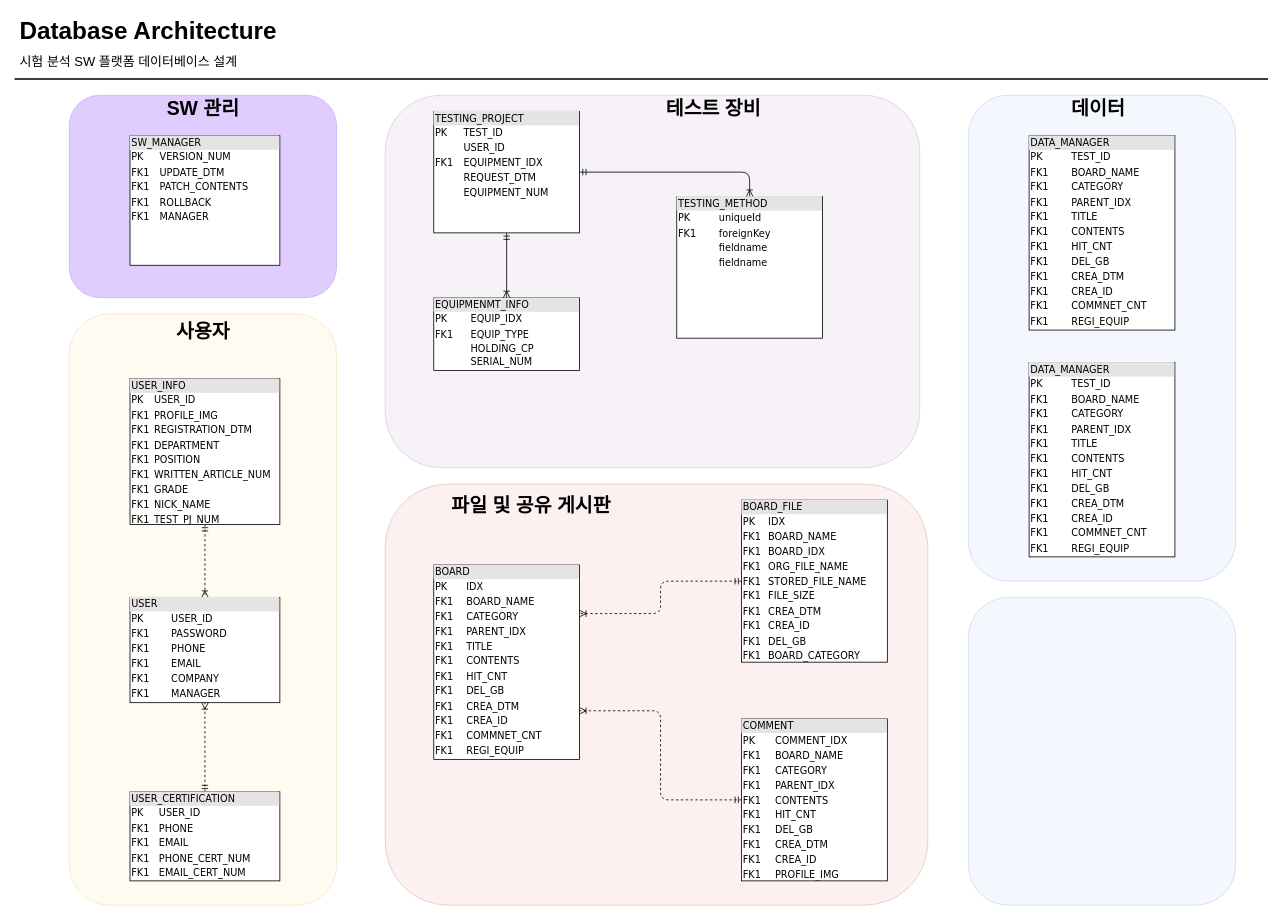
penzance-jshan/test keeps this draw.io diagram as DB_architecture.drawio. Above is the earlier version. Source tidied: cells renumbered, new cells numbered last; positions are measured from the earlier drawing's top-left corner, leaving out a move shared by most shapes. Both pictures are drawn from the tidied source at 81%, with x=0, y=0 at pixel (14, 14).
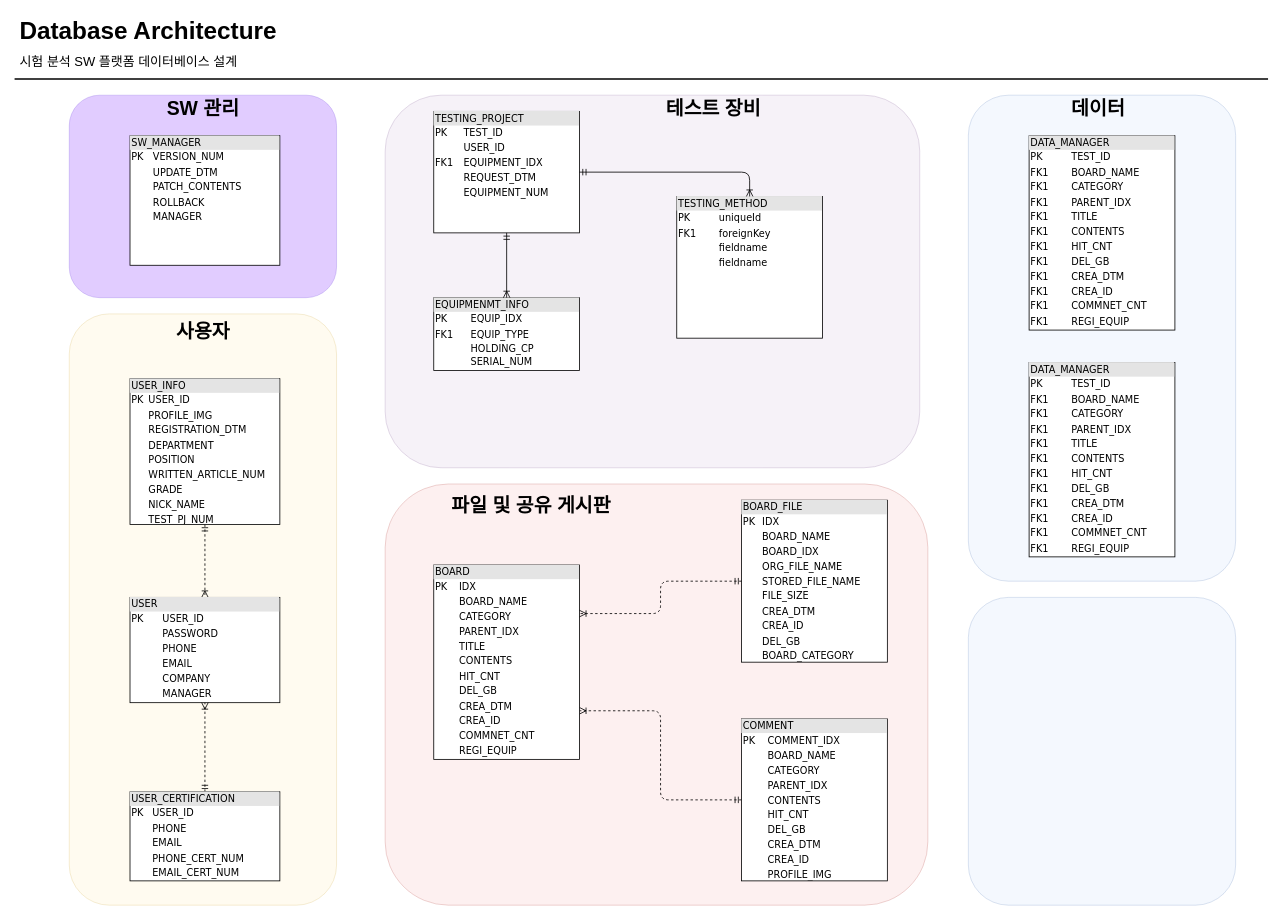
The same diagram, later.

The edit, as a diff of the source:
```diff
@@
-    <mxCell id="7" value="&lt;div style=&quot;box-sizing: border-box ; width: 100% ; background: #e4e4e4 ; padding: 2px&quot;&gt;USER&lt;/div&gt;&lt;table style=&quot;width: 100% ; font-size: 1em&quot; cellpadding=&quot;2&quot; cellspacing=&quot;0&quot;&gt;&lt;tbody&gt;&lt;tr&gt;&lt;td&gt;PK&lt;/td&gt;&lt;td&gt;USER_ID&lt;/td&gt;&lt;/tr&gt;&lt;tr&gt;&lt;td&gt;FK1&lt;/td&gt;&lt;td&gt;PASSWORD&lt;/td&gt;&lt;/tr&gt;&lt;tr&gt;&lt;td&gt;FK1&lt;/td&gt;&lt;td&gt;PHONE&lt;/td&gt;&lt;/tr&gt;&lt;tr&gt;&lt;td&gt;FK1&lt;br&gt;&lt;/td&gt;&lt;td&gt;EMAIL&lt;/td&gt;&lt;/tr&gt;&lt;tr&gt;&lt;td&gt;FK1&lt;br&gt;&lt;/td&gt;&lt;td&gt;COMPANY&lt;br&gt;&lt;/td&gt;&lt;/tr&gt;&lt;tr&gt;&lt;td&gt;FK1&lt;br&gt;&lt;/td&gt;&lt;td&gt;MANAGER&lt;/td&gt;&lt;/tr&gt;&lt;/tbody&gt;&lt;/table&gt;" style="verticalAlign=top;align=left;overflow=fill;html=1;rounded=0;shadow=0;comic=0;labelBackgroundColor=none;strokeWidth=1;fontFamily=Verdana;fontSize=12;" parent="1" vertex="1">
+    <mxCell id="7" value="&lt;div style=&quot;box-sizing: border-box ; width: 100% ; background: #e4e4e4 ; padding: 2px&quot;&gt;USER&lt;/div&gt;&lt;table style=&quot;width: 100% ; font-size: 1em&quot; cellpadding=&quot;2&quot; cellspacing=&quot;0&quot;&gt;&lt;tbody&gt;&lt;tr&gt;&lt;td&gt;PK&lt;/td&gt;&lt;td&gt;USER_ID&lt;/td&gt;&lt;/tr&gt;&lt;tr&gt;&lt;td&gt;&lt;br&gt;&lt;/td&gt;&lt;td&gt;PASSWORD&lt;/td&gt;&lt;/tr&gt;&lt;tr&gt;&lt;td&gt;&lt;br&gt;&lt;/td&gt;&lt;td&gt;PHONE&lt;/td&gt;&lt;/tr&gt;&lt;tr&gt;&lt;td&gt;&lt;br&gt;&lt;/td&gt;&lt;td&gt;EMAIL&lt;/td&gt;&lt;/tr&gt;&lt;tr&gt;&lt;td&gt;&lt;br&gt;&lt;/td&gt;&lt;td&gt;COMPANY&lt;br&gt;&lt;/td&gt;&lt;/tr&gt;&lt;tr&gt;&lt;td&gt;&lt;br&gt;&lt;/td&gt;&lt;td&gt;MANAGER&lt;/td&gt;&lt;/tr&gt;&lt;/tbody&gt;&lt;/table&gt;" style="verticalAlign=top;align=left;overflow=fill;html=1;rounded=0;shadow=0;comic=0;labelBackgroundColor=none;strokeWidth=1;fontFamily=Verdana;fontSize=12;" parent="1" vertex="1">
       <mxGeometry x="143" y="720" width="185" height="130" as="geometry" />
     </mxCell>
@@
-    <mxCell id="13" value="&lt;div style=&quot;box-sizing: border-box ; width: 100% ; background: #e4e4e4 ; padding: 2px&quot;&gt;BOARD&lt;/div&gt;&lt;table style=&quot;width: 100% ; font-size: 1em&quot; cellpadding=&quot;2&quot; cellspacing=&quot;0&quot;&gt;&lt;tbody&gt;&lt;tr&gt;&lt;td&gt;PK&lt;/td&gt;&lt;td&gt;IDX&lt;/td&gt;&lt;/tr&gt;&lt;tr&gt;&lt;td&gt;FK1&lt;/td&gt;&lt;td&gt;BOARD_NAME&lt;/td&gt;&lt;/tr&gt;&lt;tr&gt;&lt;td&gt;FK1&lt;/td&gt;&lt;td&gt;CATEGORY&lt;/td&gt;&lt;/tr&gt;&lt;tr&gt;&lt;td&gt;FK1&lt;br&gt;&lt;/td&gt;&lt;td&gt;PARENT_IDX&lt;br&gt;&lt;/td&gt;&lt;/tr&gt;&lt;tr&gt;&lt;td&gt;FK1&lt;br&gt;&lt;/td&gt;&lt;td&gt;TITLE&lt;br&gt;&lt;/td&gt;&lt;/tr&gt;&lt;tr&gt;&lt;td&gt;FK1&lt;br&gt;&lt;/td&gt;&lt;td&gt;CONTENTS&lt;br&gt;&lt;/td&gt;&lt;/tr&gt;&lt;tr&gt;&lt;td&gt;FK1&lt;br&gt;&lt;/td&gt;&lt;td&gt;HIT_CNT&lt;br&gt;&lt;/td&gt;&lt;/tr&gt;&lt;tr&gt;&lt;td&gt;FK1&lt;br&gt;&lt;/td&gt;&lt;td&gt;DEL_GB&lt;/td&gt;&lt;/tr&gt;&lt;tr&gt;&lt;td&gt;FK1&lt;br&gt;&lt;/td&gt;&lt;td&gt;CREA_DTM&lt;br&gt;&lt;/td&gt;&lt;/tr&gt;&lt;tr&gt;&lt;td&gt;FK1&lt;br&gt;&lt;/td&gt;&lt;td&gt;CREA_ID&lt;br&gt;&lt;/td&gt;&lt;/tr&gt;&lt;tr&gt;&lt;td&gt;FK1&lt;br&gt;&lt;/td&gt;&lt;td&gt;COMMNET_CNT&lt;br&gt;&lt;/td&gt;&lt;/tr&gt;&lt;tr&gt;&lt;td&gt;FK1&lt;br&gt;&lt;/td&gt;&lt;td&gt;REGI_EQUIP&lt;br&gt;&lt;/td&gt;&lt;/tr&gt;&lt;/tbody&gt;&lt;/table&gt;" style="verticalAlign=top;align=left;overflow=fill;html=1;rounded=0;shadow=0;comic=0;labelBackgroundColor=none;strokeWidth=1;fontFamily=Verdana;fontSize=12;" parent="1" vertex="1">
+    <mxCell id="13" value="&lt;div style=&quot;box-sizing: border-box ; width: 100% ; background: #e4e4e4 ; padding: 2px&quot;&gt;BOARD&lt;/div&gt;&lt;table style=&quot;width: 100% ; font-size: 1em&quot; cellpadding=&quot;2&quot; cellspacing=&quot;0&quot;&gt;&lt;tbody&gt;&lt;tr&gt;&lt;td&gt;PK&lt;/td&gt;&lt;td&gt;IDX&lt;/td&gt;&lt;/tr&gt;&lt;tr&gt;&lt;td&gt;&lt;br&gt;&lt;/td&gt;&lt;td&gt;BOARD_NAME&lt;/td&gt;&lt;/tr&gt;&lt;tr&gt;&lt;td&gt;&lt;br&gt;&lt;/td&gt;&lt;td&gt;CATEGORY&lt;/td&gt;&lt;/tr&gt;&lt;tr&gt;&lt;td&gt;&lt;br&gt;&lt;/td&gt;&lt;td&gt;PARENT_IDX&lt;br&gt;&lt;/td&gt;&lt;/tr&gt;&lt;tr&gt;&lt;td&gt;&lt;br&gt;&lt;/td&gt;&lt;td&gt;TITLE&lt;br&gt;&lt;/td&gt;&lt;/tr&gt;&lt;tr&gt;&lt;td&gt;&lt;br&gt;&lt;/td&gt;&lt;td&gt;CONTENTS&lt;br&gt;&lt;/td&gt;&lt;/tr&gt;&lt;tr&gt;&lt;td&gt;&lt;br&gt;&lt;/td&gt;&lt;td&gt;HIT_CNT&lt;br&gt;&lt;/td&gt;&lt;/tr&gt;&lt;tr&gt;&lt;td&gt;&lt;br&gt;&lt;/td&gt;&lt;td&gt;DEL_GB&lt;/td&gt;&lt;/tr&gt;&lt;tr&gt;&lt;td&gt;&lt;br&gt;&lt;/td&gt;&lt;td&gt;CREA_DTM&lt;br&gt;&lt;/td&gt;&lt;/tr&gt;&lt;tr&gt;&lt;td&gt;&lt;br&gt;&lt;/td&gt;&lt;td&gt;CREA_ID&lt;br&gt;&lt;/td&gt;&lt;/tr&gt;&lt;tr&gt;&lt;td&gt;&lt;br&gt;&lt;/td&gt;&lt;td&gt;COMMNET_CNT&lt;br&gt;&lt;/td&gt;&lt;/tr&gt;&lt;tr&gt;&lt;td&gt;&lt;br&gt;&lt;/td&gt;&lt;td&gt;REGI_EQUIP&lt;br&gt;&lt;/td&gt;&lt;/tr&gt;&lt;/tbody&gt;&lt;/table&gt;" style="verticalAlign=top;align=left;overflow=fill;html=1;rounded=0;shadow=0;comic=0;labelBackgroundColor=none;strokeWidth=1;fontFamily=Verdana;fontSize=12;" parent="1" vertex="1">
       <mxGeometry x="518" y="680" width="180" height="240" as="geometry" />
     </mxCell>
@@
-    <mxCell id="18" value="&lt;div style=&quot;box-sizing: border-box ; width: 100% ; background: #e4e4e4 ; padding: 2px&quot;&gt;USER_INFO&lt;br&gt;&lt;/div&gt;&lt;table style=&quot;width: 100% ; font-size: 1em&quot; cellpadding=&quot;2&quot; cellspacing=&quot;0&quot;&gt;&lt;tbody&gt;&lt;tr&gt;&lt;td&gt;PK&lt;/td&gt;&lt;td&gt;USER_ID&lt;/td&gt;&lt;/tr&gt;&lt;tr&gt;&lt;td&gt;FK1&lt;/td&gt;&lt;td&gt;PROFILE_IMG&lt;/td&gt;&lt;/tr&gt;&lt;tr&gt;&lt;td&gt;FK1&lt;/td&gt;&lt;td&gt;REGISTRATION_DTM&lt;/td&gt;&lt;/tr&gt;&lt;tr&gt;&lt;td&gt;FK1&lt;br&gt;&lt;/td&gt;&lt;td&gt;DEPARTMENT&lt;/td&gt;&lt;/tr&gt;&lt;tr&gt;&lt;td&gt;FK1&lt;br&gt;&lt;/td&gt;&lt;td&gt;POSITION&lt;br&gt;&lt;/td&gt;&lt;/tr&gt;&lt;tr&gt;&lt;td&gt;FK1&lt;br&gt;&lt;/td&gt;&lt;td&gt;WRITTEN_ARTICLE_NUM&lt;br&gt;&lt;/td&gt;&lt;/tr&gt;&lt;tr&gt;&lt;td&gt;FK1&lt;br&gt;&lt;/td&gt;&lt;td&gt;GRADE&lt;br&gt;&lt;/td&gt;&lt;/tr&gt;&lt;tr&gt;&lt;td&gt;FK1&lt;br&gt;&lt;/td&gt;&lt;td&gt;NICK_NAME&lt;/td&gt;&lt;/tr&gt;&lt;tr&gt;&lt;td&gt;FK1&lt;br&gt;&lt;/td&gt;&lt;td&gt;TEST_PJ_NUM&lt;/td&gt;&lt;/tr&gt;&lt;/tbody&gt;&lt;/table&gt;" style="verticalAlign=top;align=left;overflow=fill;html=1;rounded=0;shadow=0;comic=0;labelBackgroundColor=none;strokeWidth=1;fontFamily=Verdana;fontSize=12;" parent="1" vertex="1">
+    <mxCell id="18" value="&lt;div style=&quot;box-sizing: border-box ; width: 100% ; background: #e4e4e4 ; padding: 2px&quot;&gt;USER_INFO&lt;br&gt;&lt;/div&gt;&lt;table style=&quot;width: 100% ; font-size: 1em&quot; cellpadding=&quot;2&quot; cellspacing=&quot;0&quot;&gt;&lt;tbody&gt;&lt;tr&gt;&lt;td&gt;PK&lt;/td&gt;&lt;td&gt;USER_ID&lt;/td&gt;&lt;/tr&gt;&lt;tr&gt;&lt;td&gt;&lt;br&gt;&lt;/td&gt;&lt;td&gt;PROFILE_IMG&lt;/td&gt;&lt;/tr&gt;&lt;tr&gt;&lt;td&gt;&lt;br&gt;&lt;/td&gt;&lt;td&gt;REGISTRATION_DTM&lt;/td&gt;&lt;/tr&gt;&lt;tr&gt;&lt;td&gt;&lt;br&gt;&lt;/td&gt;&lt;td&gt;DEPARTMENT&lt;/td&gt;&lt;/tr&gt;&lt;tr&gt;&lt;td&gt;&lt;br&gt;&lt;/td&gt;&lt;td&gt;POSITION&lt;br&gt;&lt;/td&gt;&lt;/tr&gt;&lt;tr&gt;&lt;td&gt;&lt;br&gt;&lt;/td&gt;&lt;td&gt;WRITTEN_ARTICLE_NUM&lt;br&gt;&lt;/td&gt;&lt;/tr&gt;&lt;tr&gt;&lt;td&gt;&lt;br&gt;&lt;/td&gt;&lt;td&gt;GRADE&lt;br&gt;&lt;/td&gt;&lt;/tr&gt;&lt;tr&gt;&lt;td&gt;&lt;br&gt;&lt;/td&gt;&lt;td&gt;NICK_NAME&lt;/td&gt;&lt;/tr&gt;&lt;tr&gt;&lt;td&gt;&lt;br&gt;&lt;/td&gt;&lt;td&gt;TEST_PJ_NUM&lt;/td&gt;&lt;/tr&gt;&lt;/tbody&gt;&lt;/table&gt;" style="verticalAlign=top;align=left;overflow=fill;html=1;rounded=0;shadow=0;comic=0;labelBackgroundColor=none;strokeWidth=1;fontFamily=Verdana;fontSize=12;" parent="1" vertex="1">
       <mxGeometry x="143" y="450" width="185" height="180" as="geometry" />
     </mxCell>
-    <mxCell id="19" value="&lt;div style=&quot;box-sizing: border-box ; width: 100% ; background: #e4e4e4 ; padding: 2px&quot;&gt;BOARD_FILE&lt;/div&gt;&lt;table style=&quot;width: 100% ; font-size: 1em&quot; cellpadding=&quot;2&quot; cellspacing=&quot;0&quot;&gt;&lt;tbody&gt;&lt;tr&gt;&lt;td&gt;PK&lt;/td&gt;&lt;td&gt;IDX&lt;/td&gt;&lt;/tr&gt;&lt;tr&gt;&lt;td&gt;FK1&lt;/td&gt;&lt;td&gt;BOARD_NAME&lt;/td&gt;&lt;/tr&gt;&lt;tr&gt;&lt;td&gt;FK1&lt;/td&gt;&lt;td&gt;BOARD_IDX&lt;/td&gt;&lt;/tr&gt;&lt;tr&gt;&lt;td&gt;FK1&lt;br&gt;&lt;/td&gt;&lt;td&gt;ORG_FILE_NAME&lt;br&gt;&lt;/td&gt;&lt;/tr&gt;&lt;tr&gt;&lt;td&gt;FK1&lt;br&gt;&lt;/td&gt;&lt;td&gt;STORED_FILE_NAME&lt;br&gt;&lt;/td&gt;&lt;/tr&gt;&lt;tr&gt;&lt;td&gt;FK1&lt;br&gt;&lt;/td&gt;&lt;td&gt;FILE_SIZE&lt;br&gt;&lt;/td&gt;&lt;/tr&gt;&lt;tr&gt;&lt;td&gt;FK1&lt;br&gt;&lt;/td&gt;&lt;td&gt;CREA_DTM&lt;br&gt;&lt;/td&gt;&lt;/tr&gt;&lt;tr&gt;&lt;td&gt;FK1&lt;br&gt;&lt;/td&gt;&lt;td&gt;CREA_ID&lt;/td&gt;&lt;/tr&gt;&lt;tr&gt;&lt;td&gt;FK1&lt;br&gt;&lt;/td&gt;&lt;td&gt;DEL_GB&lt;br&gt;&lt;/td&gt;&lt;/tr&gt;&lt;tr&gt;&lt;td&gt;FK1&lt;br&gt;&lt;/td&gt;&lt;td&gt;BOARD_CATEGORY&lt;/td&gt;&lt;/tr&gt;&lt;/tbody&gt;&lt;/table&gt;" style="verticalAlign=top;align=left;overflow=fill;html=1;rounded=0;shadow=0;comic=0;labelBackgroundColor=none;strokeWidth=1;fontFamily=Verdana;fontSize=12;" parent="1" vertex="1">
+    <mxCell id="19" value="&lt;div style=&quot;box-sizing: border-box ; width: 100% ; background: #e4e4e4 ; padding: 2px&quot;&gt;BOARD_FILE&lt;/div&gt;&lt;table style=&quot;width: 100% ; font-size: 1em&quot; cellpadding=&quot;2&quot; cellspacing=&quot;0&quot;&gt;&lt;tbody&gt;&lt;tr&gt;&lt;td&gt;PK&lt;/td&gt;&lt;td&gt;IDX&lt;/td&gt;&lt;/tr&gt;&lt;tr&gt;&lt;td&gt;&lt;/td&gt;&lt;td&gt;BOARD_NAME&lt;/td&gt;&lt;/tr&gt;&lt;tr&gt;&lt;td&gt;&lt;br&gt;&lt;/td&gt;&lt;td&gt;BOARD_IDX&lt;/td&gt;&lt;/tr&gt;&lt;tr&gt;&lt;td&gt;&lt;br&gt;&lt;/td&gt;&lt;td&gt;ORG_FILE_NAME&lt;br&gt;&lt;/td&gt;&lt;/tr&gt;&lt;tr&gt;&lt;td&gt;&lt;br&gt;&lt;/td&gt;&lt;td&gt;STORED_FILE_NAME&lt;br&gt;&lt;/td&gt;&lt;/tr&gt;&lt;tr&gt;&lt;td&gt;&lt;br&gt;&lt;/td&gt;&lt;td&gt;FILE_SIZE&lt;br&gt;&lt;/td&gt;&lt;/tr&gt;&lt;tr&gt;&lt;td&gt;&lt;br&gt;&lt;/td&gt;&lt;td&gt;CREA_DTM&lt;br&gt;&lt;/td&gt;&lt;/tr&gt;&lt;tr&gt;&lt;td&gt;&lt;br&gt;&lt;/td&gt;&lt;td&gt;CREA_ID&lt;/td&gt;&lt;/tr&gt;&lt;tr&gt;&lt;td&gt;&lt;br&gt;&lt;/td&gt;&lt;td&gt;DEL_GB&lt;br&gt;&lt;/td&gt;&lt;/tr&gt;&lt;tr&gt;&lt;td&gt;&lt;br&gt;&lt;/td&gt;&lt;td&gt;BOARD_CATEGORY&lt;/td&gt;&lt;/tr&gt;&lt;/tbody&gt;&lt;/table&gt;" style="verticalAlign=top;align=left;overflow=fill;html=1;rounded=0;shadow=0;comic=0;labelBackgroundColor=none;strokeWidth=1;fontFamily=Verdana;fontSize=12;" parent="1" vertex="1">
       <mxGeometry x="898" y="600" width="180" height="200" as="geometry" />
     </mxCell>
-    <mxCell id="20" value="&lt;div style=&quot;box-sizing: border-box ; width: 100% ; background: #e4e4e4 ; padding: 2px&quot;&gt;COMMENT&lt;/div&gt;&lt;table style=&quot;width: 100% ; font-size: 1em&quot; cellpadding=&quot;2&quot; cellspacing=&quot;0&quot;&gt;&lt;tbody&gt;&lt;tr&gt;&lt;td&gt;PK&lt;/td&gt;&lt;td&gt;COMMENT_IDX&lt;/td&gt;&lt;/tr&gt;&lt;tr&gt;&lt;td&gt;FK1&lt;/td&gt;&lt;td&gt;BOARD_NAME&lt;/td&gt;&lt;/tr&gt;&lt;tr&gt;&lt;td&gt;FK1&lt;/td&gt;&lt;td&gt;CATEGORY&lt;/td&gt;&lt;/tr&gt;&lt;tr&gt;&lt;td&gt;FK1&lt;br&gt;&lt;/td&gt;&lt;td&gt;PARENT_IDX&lt;br&gt;&lt;/td&gt;&lt;/tr&gt;&lt;tr&gt;&lt;td&gt;FK1&lt;br&gt;&lt;/td&gt;&lt;td&gt;CONTENTS&lt;/td&gt;&lt;/tr&gt;&lt;tr&gt;&lt;td&gt;FK1&lt;br&gt;&lt;/td&gt;&lt;td&gt;HIT_CNT&lt;br&gt;&lt;/td&gt;&lt;/tr&gt;&lt;tr&gt;&lt;td&gt;FK1&lt;br&gt;&lt;/td&gt;&lt;td&gt;DEL_GB&lt;br&gt;&lt;/td&gt;&lt;/tr&gt;&lt;tr&gt;&lt;td&gt;FK1&lt;br&gt;&lt;/td&gt;&lt;td&gt;CREA_DTM&lt;/td&gt;&lt;/tr&gt;&lt;tr&gt;&lt;td&gt;FK1&lt;br&gt;&lt;/td&gt;&lt;td&gt;CREA_ID&lt;br&gt;&lt;/td&gt;&lt;/tr&gt;&lt;tr&gt;&lt;td&gt;FK1&lt;br&gt;&lt;/td&gt;&lt;td&gt;PROFILE_IMG&lt;/td&gt;&lt;/tr&gt;&lt;/tbody&gt;&lt;/table&gt;" style="verticalAlign=top;align=left;overflow=fill;html=1;rounded=0;shadow=0;comic=0;labelBackgroundColor=none;strokeWidth=1;fontFamily=Verdana;fontSize=12;" parent="1" vertex="1">
+    <mxCell id="20" value="&lt;div style=&quot;box-sizing: border-box ; width: 100% ; background: #e4e4e4 ; padding: 2px&quot;&gt;COMMENT&lt;/div&gt;&lt;table style=&quot;width: 100% ; font-size: 1em&quot; cellpadding=&quot;2&quot; cellspacing=&quot;0&quot;&gt;&lt;tbody&gt;&lt;tr&gt;&lt;td&gt;PK&lt;/td&gt;&lt;td&gt;COMMENT_IDX&lt;/td&gt;&lt;/tr&gt;&lt;tr&gt;&lt;td&gt;&lt;/td&gt;&lt;td&gt;BOARD_NAME&lt;/td&gt;&lt;/tr&gt;&lt;tr&gt;&lt;td&gt;&lt;br&gt;&lt;/td&gt;&lt;td&gt;CATEGORY&lt;/td&gt;&lt;/tr&gt;&lt;tr&gt;&lt;td&gt;&lt;br&gt;&lt;/td&gt;&lt;td&gt;PARENT_IDX&lt;br&gt;&lt;/td&gt;&lt;/tr&gt;&lt;tr&gt;&lt;td&gt;&lt;br&gt;&lt;/td&gt;&lt;td&gt;CONTENTS&lt;/td&gt;&lt;/tr&gt;&lt;tr&gt;&lt;td&gt;&lt;br&gt;&lt;/td&gt;&lt;td&gt;HIT_CNT&lt;br&gt;&lt;/td&gt;&lt;/tr&gt;&lt;tr&gt;&lt;td&gt;&lt;br&gt;&lt;/td&gt;&lt;td&gt;DEL_GB&lt;br&gt;&lt;/td&gt;&lt;/tr&gt;&lt;tr&gt;&lt;td&gt;&lt;br&gt;&lt;/td&gt;&lt;td&gt;CREA_DTM&lt;/td&gt;&lt;/tr&gt;&lt;tr&gt;&lt;td&gt;&lt;br&gt;&lt;/td&gt;&lt;td&gt;CREA_ID&lt;br&gt;&lt;/td&gt;&lt;/tr&gt;&lt;tr&gt;&lt;td&gt;&lt;br&gt;&lt;/td&gt;&lt;td&gt;PROFILE_IMG&lt;/td&gt;&lt;/tr&gt;&lt;/tbody&gt;&lt;/table&gt;" style="verticalAlign=top;align=left;overflow=fill;html=1;rounded=0;shadow=0;comic=0;labelBackgroundColor=none;strokeWidth=1;fontFamily=Verdana;fontSize=12;" parent="1" vertex="1">
       <mxGeometry x="898" y="870" width="180" height="200" as="geometry" />
     </mxCell>
@@
-    <mxCell id="22" value="&lt;div style=&quot;box-sizing: border-box ; width: 100% ; background: #e4e4e4 ; padding: 2px&quot;&gt;USER_CERTIFICATION&lt;/div&gt;&lt;table style=&quot;width: 100% ; font-size: 1em&quot; cellpadding=&quot;2&quot; cellspacing=&quot;0&quot;&gt;&lt;tbody&gt;&lt;tr&gt;&lt;td&gt;PK&lt;/td&gt;&lt;td&gt;USER_ID&lt;/td&gt;&lt;/tr&gt;&lt;tr&gt;&lt;td&gt;FK1&lt;/td&gt;&lt;td&gt;PHONE&lt;/td&gt;&lt;/tr&gt;&lt;tr&gt;&lt;td&gt;FK1&lt;/td&gt;&lt;td&gt;EMAIL&lt;/td&gt;&lt;/tr&gt;&lt;tr&gt;&lt;td&gt;FK1&lt;br&gt;&lt;/td&gt;&lt;td&gt;PHONE_CERT_NUM&lt;br&gt;&lt;/td&gt;&lt;/tr&gt;&lt;tr&gt;&lt;td&gt;FK1&lt;br&gt;&lt;/td&gt;&lt;td&gt;EMAIL_CERT_NUM&lt;br&gt;&lt;/td&gt;&lt;/tr&gt;&lt;tr&gt;&lt;td&gt;&lt;/td&gt;&lt;td&gt;&lt;/td&gt;&lt;/tr&gt;&lt;/tbody&gt;&lt;/table&gt;" style="verticalAlign=top;align=left;overflow=fill;html=1;rounded=0;shadow=0;comic=0;labelBackgroundColor=none;strokeWidth=1;fontFamily=Verdana;fontSize=12;" parent="1" vertex="1">
+    <mxCell id="22" value="&lt;div style=&quot;box-sizing: border-box ; width: 100% ; background: #e4e4e4 ; padding: 2px&quot;&gt;USER_CERTIFICATION&lt;/div&gt;&lt;table style=&quot;width: 100% ; font-size: 1em&quot; cellpadding=&quot;2&quot; cellspacing=&quot;0&quot;&gt;&lt;tbody&gt;&lt;tr&gt;&lt;td&gt;PK&lt;/td&gt;&lt;td&gt;USER_ID&lt;/td&gt;&lt;/tr&gt;&lt;tr&gt;&lt;td&gt;&lt;br&gt;&lt;/td&gt;&lt;td&gt;PHONE&lt;/td&gt;&lt;/tr&gt;&lt;tr&gt;&lt;td&gt;&lt;br&gt;&lt;/td&gt;&lt;td&gt;EMAIL&lt;/td&gt;&lt;/tr&gt;&lt;tr&gt;&lt;td&gt;&lt;br&gt;&lt;/td&gt;&lt;td&gt;PHONE_CERT_NUM&lt;br&gt;&lt;/td&gt;&lt;/tr&gt;&lt;tr&gt;&lt;td&gt;&lt;br&gt;&lt;/td&gt;&lt;td&gt;EMAIL_CERT_NUM&lt;br&gt;&lt;/td&gt;&lt;/tr&gt;&lt;tr&gt;&lt;td&gt;&lt;/td&gt;&lt;td&gt;&lt;/td&gt;&lt;/tr&gt;&lt;/tbody&gt;&lt;/table&gt;" style="verticalAlign=top;align=left;overflow=fill;html=1;rounded=0;shadow=0;comic=0;labelBackgroundColor=none;strokeWidth=1;fontFamily=Verdana;fontSize=12;" parent="1" vertex="1">
       <mxGeometry x="143" y="960" width="185" height="110" as="geometry" />
     </mxCell>
@@
-    <mxCell id="33" value="&lt;div style=&quot;box-sizing: border-box ; width: 100% ; background: #e4e4e4 ; padding: 2px&quot;&gt;SW_MANAGER&lt;/div&gt;&lt;table style=&quot;width: 100% ; font-size: 1em&quot; cellpadding=&quot;2&quot; cellspacing=&quot;0&quot;&gt;&lt;tbody&gt;&lt;tr&gt;&lt;td&gt;PK&lt;/td&gt;&lt;td&gt;VERSION_NUM&lt;/td&gt;&lt;/tr&gt;&lt;tr&gt;&lt;td&gt;FK1&lt;/td&gt;&lt;td&gt;UPDATE_DTM&lt;/td&gt;&lt;/tr&gt;&lt;tr&gt;&lt;td&gt;FK1&lt;/td&gt;&lt;td&gt;PATCH_CONTENTS&lt;/td&gt;&lt;/tr&gt;&lt;tr&gt;&lt;td&gt;FK1&lt;br&gt;&lt;/td&gt;&lt;td&gt;ROLLBACK&lt;/td&gt;&lt;/tr&gt;&lt;tr&gt;&lt;td&gt;FK1&lt;br&gt;&lt;/td&gt;&lt;td&gt;MANAGER&lt;br&gt;&lt;/td&gt;&lt;/tr&gt;&lt;/tbody&gt;&lt;/table&gt;" style="verticalAlign=top;align=left;overflow=fill;html=1;rounded=0;shadow=0;comic=0;labelBackgroundColor=none;strokeWidth=1;fontFamily=Verdana;fontSize=12;" parent="1" vertex="1">
+    <mxCell id="33" value="&lt;div style=&quot;box-sizing: border-box ; width: 100% ; background: #e4e4e4 ; padding: 2px&quot;&gt;SW_MANAGER&lt;/div&gt;&lt;table style=&quot;width: 100% ; font-size: 1em&quot; cellpadding=&quot;2&quot; cellspacing=&quot;0&quot;&gt;&lt;tbody&gt;&lt;tr&gt;&lt;td&gt;PK&lt;/td&gt;&lt;td&gt;VERSION_NUM&lt;/td&gt;&lt;/tr&gt;&lt;tr&gt;&lt;td&gt;&lt;br&gt;&lt;/td&gt;&lt;td&gt;UPDATE_DTM&lt;/td&gt;&lt;/tr&gt;&lt;tr&gt;&lt;td&gt;&lt;br&gt;&lt;/td&gt;&lt;td&gt;PATCH_CONTENTS&lt;/td&gt;&lt;/tr&gt;&lt;tr&gt;&lt;td&gt;&lt;br&gt;&lt;/td&gt;&lt;td&gt;ROLLBACK&lt;/td&gt;&lt;/tr&gt;&lt;tr&gt;&lt;td&gt;&lt;br&gt;&lt;/td&gt;&lt;td&gt;MANAGER&lt;br&gt;&lt;/td&gt;&lt;/tr&gt;&lt;/tbody&gt;&lt;/table&gt;" style="verticalAlign=top;align=left;overflow=fill;html=1;rounded=0;shadow=0;comic=0;labelBackgroundColor=none;strokeWidth=1;fontFamily=Verdana;fontSize=12;" parent="1" vertex="1">
       <mxGeometry x="143" y="150" width="185" height="160" as="geometry" />
     </mxCell>
```
